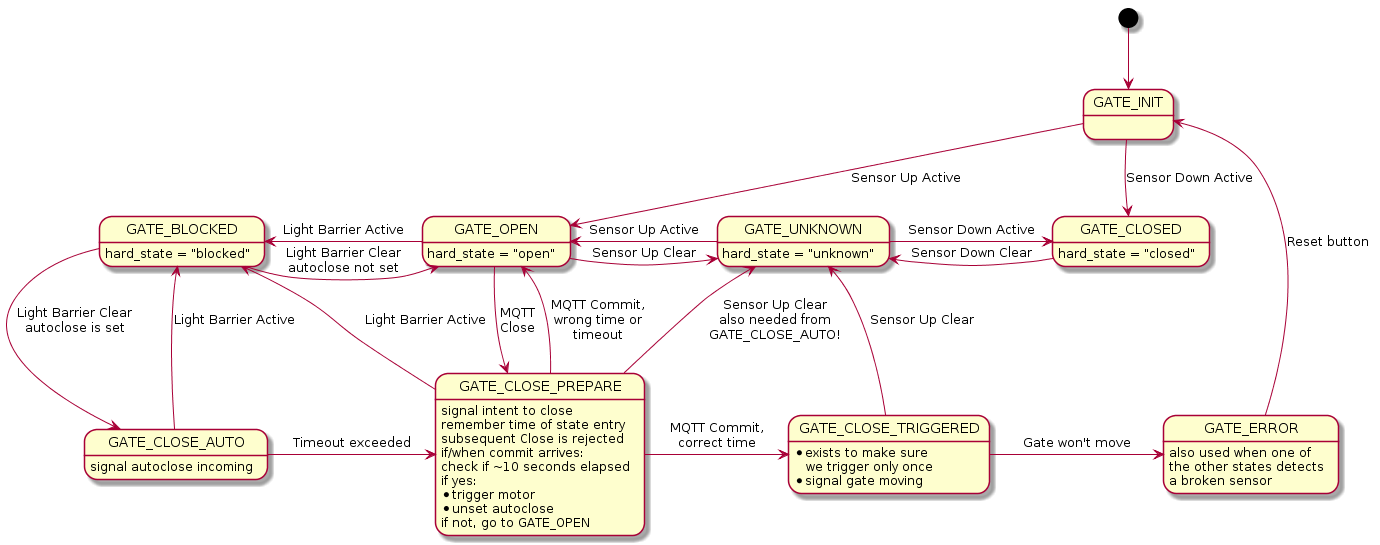
Svedrin/gatecontrol keeps this PlantUML diagram as docs/statemachine.png. Above is the earlier version.
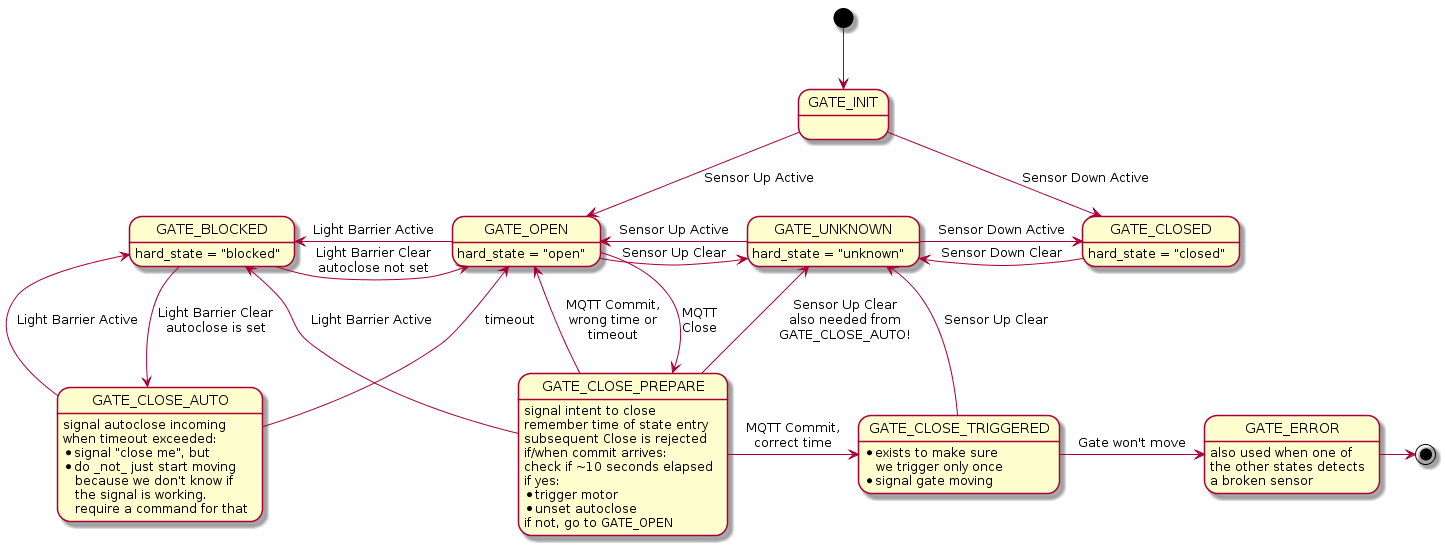
The same file after the commit.

Commit message:
GATE_CLOSE_AUTO cannot just decide to close, go through GATE_OPEN

Diff of the diagram source:
```diff
@@ -22,8 +22,11 @@
 
 GATE_BLOCKED    -down->  GATE_CLOSE_AUTO    : Light Barrier Clear\nautoclose is set
 GATE_CLOSE_AUTO -up->    GATE_BLOCKED       : Light Barrier Active
-GATE_CLOSE_AUTO -right-> GATE_CLOSE_PREPARE : Timeout exceeded
+GATE_CLOSE_AUTO -up->    GATE_OPEN          : timeout
 GATE_CLOSE_AUTO : signal autoclose incoming
+GATE_CLOSE_AUTO : when timeout exceeded:
+GATE_CLOSE_AUTO : * signal "close me", but
+GATE_CLOSE_AUTO : * do _not_ just start moving\n   because we don't know if\n   the signal is working.\n   require a command for that
 
 GATE_OPEN    -down->  GATE_CLOSE_PREPARE : MQTT\nClose
 GATE_CLOSE_PREPARE: signal intent to close
@@ -46,7 +49,7 @@
 GATE_CLOSE_TRIGGERED: * exists to make sure\n   we trigger only once
 GATE_CLOSE_TRIGGERED: * signal gate moving
 
-GATE_ERROR           -up->     GATE_INIT            : Reset button
+GATE_ERROR           -right->  [*]
 GATE_ERROR: also used when one of
 GATE_ERROR: the other states detects
 GATE_ERROR: a broken sensor
```
